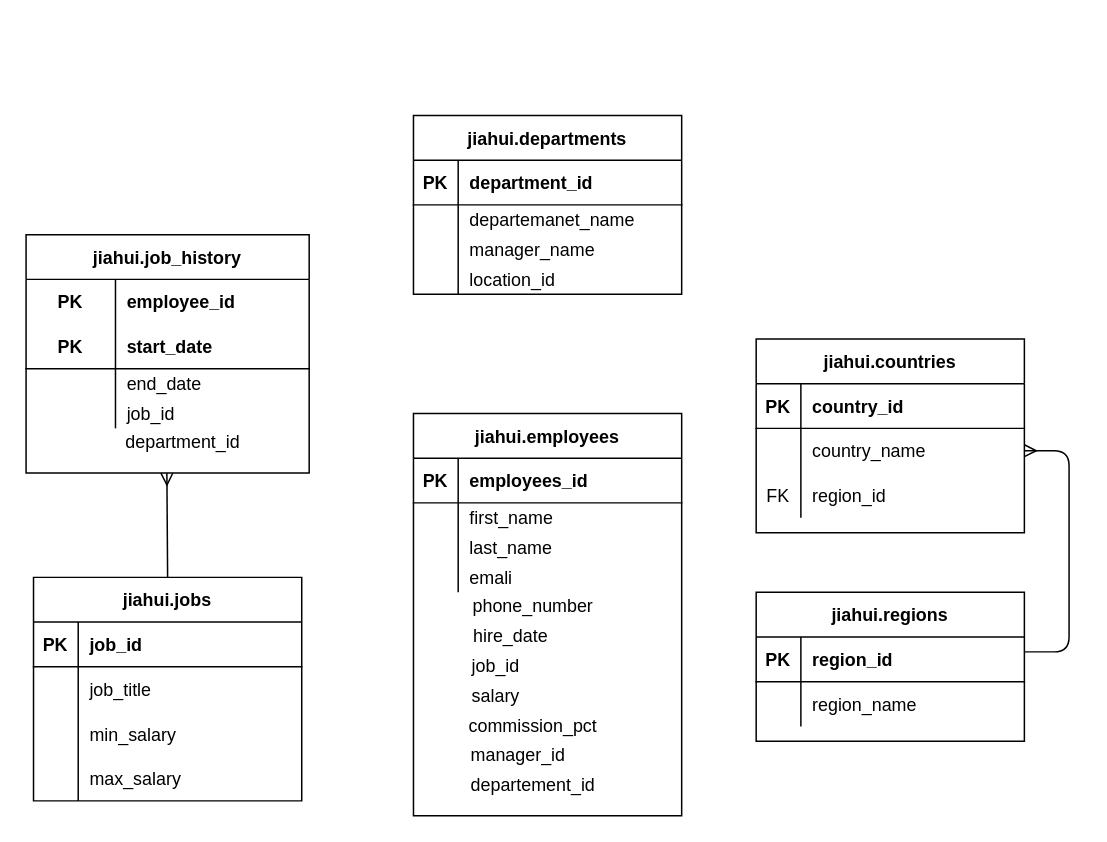
Earlier version of the draw.io diagram HR_ERD.drawio (gracexia02/Assignment7_ERDs-with-draw.io). Source tidied: cells renumbered, new cells numbered last; positions are measured from the earlier drawing's top-left corner, leaving out a move shared by most shapes. Both pictures are drawn from the tidied source at 149%, with x=0, y=0 at pixel (25, 115).
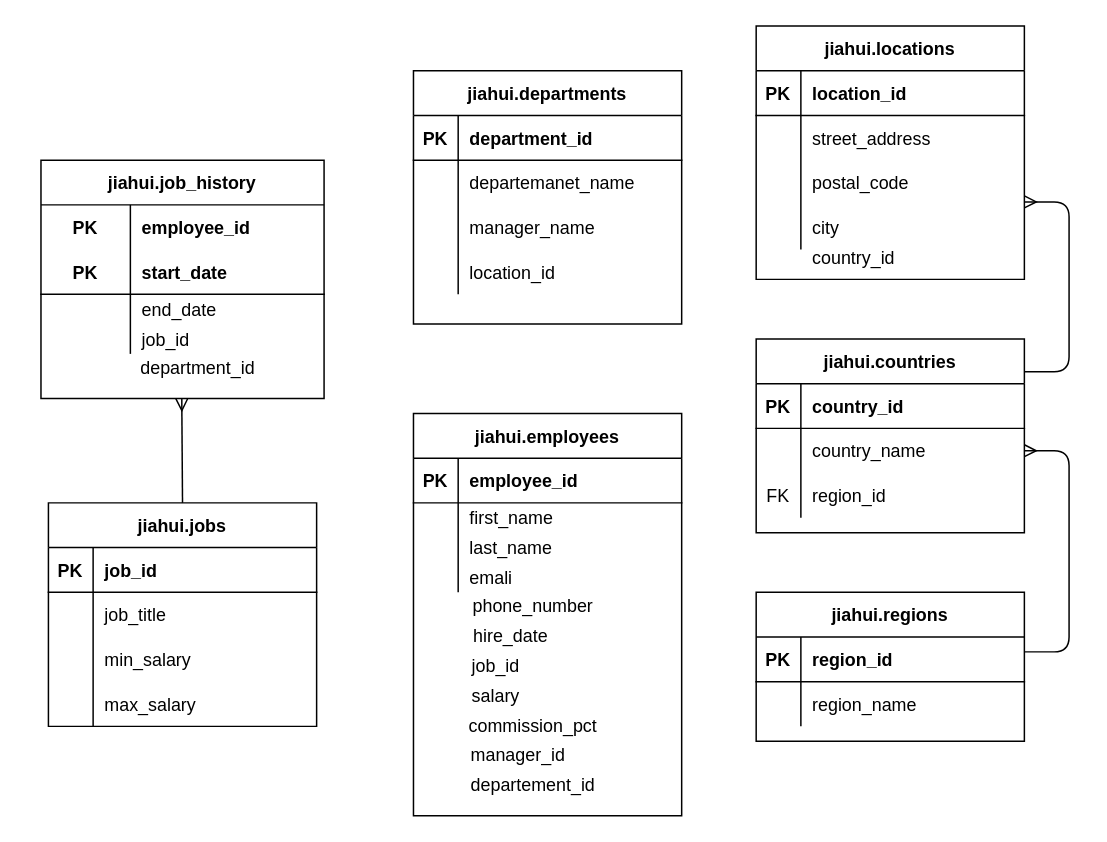
The same diagram, later.

Unchanged cells that the change refers to:
```xml
<mxCell id="62" style="shape=partialRectangle;fillColor=none;top=0;left=0;bottom=1;right=0;" parent="61" vertex="1">
  <mxGeometry y="30" width="180" height="30" as="geometry" />
</mxCell>
```

The edit, as a diff of the source:
```diff
@@
     <mxCell id="20" value="jiahui.job_history" style="shape=table;startSize=30;childLayout=tableLayout;rowLines=0;fontStyle=1;align=center;" parent="1" vertex="1">
-      <mxGeometry y="80" width="190" height="160" as="geometry" />
+      <mxGeometry x="10" y="30" width="190" height="160" as="geometry" />
     </mxCell>
@@
     <mxCell id="33" value="department_id" style="text;html=1;align=center;verticalAlign=middle;" parent="1" vertex="1">
-      <mxGeometry x="60" y="210" width="90" height="20" as="geometry" />
+      <mxGeometry x="70" y="160" width="90" height="20" as="geometry" />
     </mxCell>
     <mxCell id="34" value="jiahui.jobs" style="shape=table;startSize=30;childLayout=tableLayout;rowLines=0;fontStyle=1;align=center;" parent="1" vertex="1">
-      <mxGeometry x="5" y="310" width="180" height="150" as="geometry" />
+      <mxGeometry x="15" y="260" width="180" height="150" as="geometry" />
     </mxCell>
@@
     <mxCell id="47" value="jiahui.departments" style="shape=table;startSize=30;childLayout=tableLayout;rowLines=0;fontStyle=1;align=center;strokeColor=#000000;" parent="1" vertex="1">
-      <mxGeometry x="260" width="180" height="120" as="geometry" />
+      <mxGeometry x="260" y="-30" width="180" height="170" as="geometry" />
     </mxCell>
@@
     <mxCell id="51" style="shape=partialRectangle;fillColor=none;top=0;left=0;bottom=0;right=0;" parent="47" vertex="1">
-      <mxGeometry y="60" width="180" height="20" as="geometry" />
+      <mxGeometry y="60" width="180" height="30" as="geometry" />
     </mxCell>
     <mxCell id="52" style="shape=partialRectangle;fillColor=none;top=0;left=0;bottom=0;right=0;overflow=hidden;" parent="51" vertex="1">
-      <mxGeometry width="30" height="20" as="geometry" />
+      <mxGeometry width="30" height="30" as="geometry" />
     </mxCell>
     <mxCell id="53" value="departemanet_name" style="shape=partialRectangle;fillColor=none;top=0;left=0;bottom=0;right=0;align=left;spacingLeft=6;overflow=hidden;" parent="51" vertex="1">
-      <mxGeometry x="30" width="150" height="20" as="geometry" />
+      <mxGeometry x="30" width="150" height="30" as="geometry" />
     </mxCell>
     <mxCell id="54" style="shape=partialRectangle;fillColor=none;top=0;left=0;bottom=0;right=0;" parent="47" vertex="1">
-      <mxGeometry y="80" width="180" height="20" as="geometry" />
+      <mxGeometry y="90" width="180" height="30" as="geometry" />
     </mxCell>
     <mxCell id="55" style="shape=partialRectangle;fillColor=none;top=0;left=0;bottom=0;right=0;overflow=hidden;" parent="54" vertex="1">
-      <mxGeometry width="30" height="20" as="geometry" />
+      <mxGeometry width="30" height="30" as="geometry" />
     </mxCell>
     <mxCell id="56" value="manager_name" style="shape=partialRectangle;fillColor=none;top=0;left=0;bottom=0;right=0;align=left;spacingLeft=6;overflow=hidden;" parent="54" vertex="1">
-      <mxGeometry x="30" width="150" height="20" as="geometry" />
+      <mxGeometry x="30" width="150" height="30" as="geometry" />
     </mxCell>
     <mxCell id="57" style="shape=partialRectangle;fillColor=none;top=0;left=0;bottom=0;right=0;" parent="47" vertex="1">
-      <mxGeometry y="100" width="180" height="20" as="geometry" />
+      <mxGeometry y="120" width="180" height="30" as="geometry" />
     </mxCell>
     <mxCell id="58" style="shape=partialRectangle;fillColor=none;top=0;left=0;bottom=0;right=0;overflow=hidden;" parent="57" vertex="1">
-      <mxGeometry width="30" height="20" as="geometry" />
+      <mxGeometry width="30" height="30" as="geometry" />
     </mxCell>
     <mxCell id="59" value="location_id" style="shape=partialRectangle;fillColor=none;top=0;left=0;bottom=0;right=0;align=left;spacingLeft=6;overflow=hidden;" parent="57" vertex="1">
-      <mxGeometry x="30" width="150" height="20" as="geometry" />
+      <mxGeometry x="30" width="150" height="30" as="geometry" />
     </mxCell>
     <mxCell id="60" style="fontSize=12;html=1;endArrow=ERmany;exitX=0.5;exitY=0;exitDx=0;exitDy=0;" parent="1" edge="1" source="34">
       <mxGeometry relative="1" as="geometry">
-        <mxPoint x="94.5" y="240" as="targetPoint" />
+        <mxPoint x="104.5" y="190" as="targetPoint" />
       </mxGeometry>
     </mxCell>
@@
-    <mxCell id="64" value="employees_id" style="shape=partialRectangle;fillColor=none;top=0;left=0;bottom=0;right=0;align=left;spacingLeft=6;fontStyle=1;overflow=hidden;fontFamily=Helvetica;" parent="62" vertex="1">
+    <mxCell id="64" value="employee_id" style="shape=partialRectangle;fillColor=none;top=0;left=0;bottom=0;right=0;align=left;spacingLeft=6;fontStyle=1;overflow=hidden;fontFamily=Helvetica;" parent="62" vertex="1">
       <mxGeometry x="30" width="150" height="30" as="geometry" />
     </mxCell>
@@
+    <mxCell id="81" value="jiahui.locations" style="shape=table;startSize=30;childLayout=tableLayout;rowLines=0;fontStyle=1;align=center;strokeColor=#000000;fontFamily=Helvetica;fontColor=#000000;" parent="1" vertex="1">
+      <mxGeometry x="490" y="-60" width="180" height="170" as="geometry" />
+    </mxCell>
+    <mxCell id="82" style="shape=partialRectangle;fillColor=none;top=0;left=0;bottom=1;right=0;" parent="81" vertex="1">
+      <mxGeometry y="30" width="180" height="30" as="geometry" />
+    </mxCell>
+    <mxCell id="83" value="PK" style="shape=partialRectangle;fillColor=none;top=0;left=0;bottom=0;right=0;fontStyle=1;overflow=hidden;" parent="82" vertex="1">
+      <mxGeometry width="30" height="30" as="geometry" />
+    </mxCell>
+    <mxCell id="84" value="location_id" style="shape=partialRectangle;fillColor=none;top=0;left=0;bottom=0;right=0;align=left;spacingLeft=6;fontStyle=1;overflow=hidden;" parent="82" vertex="1">
+      <mxGeometry x="30" width="150" height="30" as="geometry" />
+    </mxCell>
+    <mxCell id="85" style="shape=partialRectangle;fillColor=none;top=0;left=0;bottom=0;right=0;" parent="81" vertex="1">
+      <mxGeometry y="60" width="180" height="30" as="geometry" />
+    </mxCell>
+    <mxCell id="86" style="shape=partialRectangle;fillColor=none;top=0;left=0;bottom=0;right=0;overflow=hidden;" parent="85" vertex="1">
+      <mxGeometry width="30" height="30" as="geometry" />
+    </mxCell>
+    <mxCell id="87" value="street_address" style="shape=partialRectangle;fillColor=none;top=0;left=0;bottom=0;right=0;align=left;spacingLeft=6;overflow=hidden;" parent="85" vertex="1">
+      <mxGeometry x="30" width="150" height="30" as="geometry" />
+    </mxCell>
+    <mxCell id="88" style="shape=partialRectangle;fillColor=none;top=0;left=0;bottom=0;right=0;" parent="81" vertex="1">
+      <mxGeometry y="90" width="180" height="30" as="geometry" />
+    </mxCell>
+    <mxCell id="89" style="shape=partialRectangle;fillColor=none;top=0;left=0;bottom=0;right=0;overflow=hidden;" parent="88" vertex="1">
+      <mxGeometry width="30" height="30" as="geometry" />
+    </mxCell>
+    <mxCell id="90" value="postal_code" style="shape=partialRectangle;fillColor=none;top=0;left=0;bottom=0;right=0;align=left;spacingLeft=6;overflow=hidden;" parent="88" vertex="1">
+      <mxGeometry x="30" width="150" height="30" as="geometry" />
+    </mxCell>
+    <mxCell id="91" style="shape=partialRectangle;fillColor=none;top=0;left=0;bottom=0;right=0;" parent="81" vertex="1">
+      <mxGeometry y="120" width="180" height="30" as="geometry" />
+    </mxCell>
+    <mxCell id="92" style="shape=partialRectangle;fillColor=none;top=0;left=0;bottom=0;right=0;overflow=hidden;" parent="91" vertex="1">
+      <mxGeometry width="30" height="30" as="geometry" />
+    </mxCell>
+    <mxCell id="93" value="city" style="shape=partialRectangle;fillColor=none;top=0;left=0;bottom=0;right=0;align=left;spacingLeft=6;overflow=hidden;" parent="91" vertex="1">
+      <mxGeometry x="30" width="150" height="30" as="geometry" />
+    </mxCell>
+    <mxCell id="94" style="shape=partialRectangle;fillColor=none;top=0;left=0;bottom=0;right=0;" parent="1" vertex="1">
+      <mxGeometry x="490" y="80" width="180" height="30" as="geometry" />
+    </mxCell>
+    <mxCell id="95" style="shape=partialRectangle;fillColor=none;top=0;left=0;bottom=0;right=0;overflow=hidden;" parent="94" vertex="1">
+      <mxGeometry width="30" height="30" as="geometry" />
+    </mxCell>
+    <mxCell id="96" value="country_id" style="shape=partialRectangle;fillColor=none;top=0;left=0;bottom=0;right=0;align=left;spacingLeft=6;overflow=hidden;" parent="94" vertex="1">
+      <mxGeometry x="30" width="150" height="30" as="geometry" />
+    </mxCell>
+    <mxCell id="97" style="edgeStyle=orthogonalEdgeStyle;fontSize=12;html=1;endArrow=ERmany;elbow=vertical;" parent="1" edge="1">
+      <mxGeometry relative="1" as="geometry">
+        <mxPoint x="670" y="172" as="sourcePoint" />
+        <mxPoint x="670" y="58" as="targetPoint" />
+        <Array as="points">
+          <mxPoint x="700" y="172" />
+          <mxPoint x="700" y="58" />
+        </Array>
+      </mxGeometry>
+    </mxCell>
```
